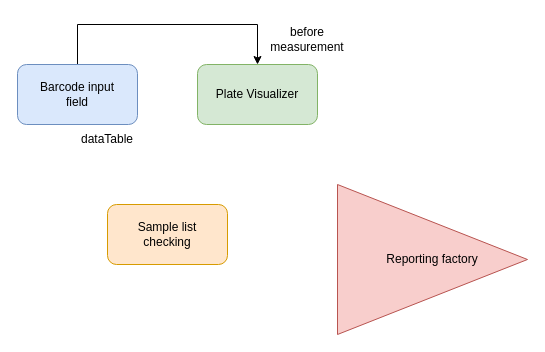
Before: spec-check-flow.drawio in spectral-cockpit/speccheck, a draw.io diagram. Source tidied: cells renumbered, new cells numbered last; positions are measured from the earlier drawing's top-left corner, leaving out a move shared by most shapes. Both pictures are drawn from the tidied source at 100%, with x=0, y=0 at pixel (17, 24).
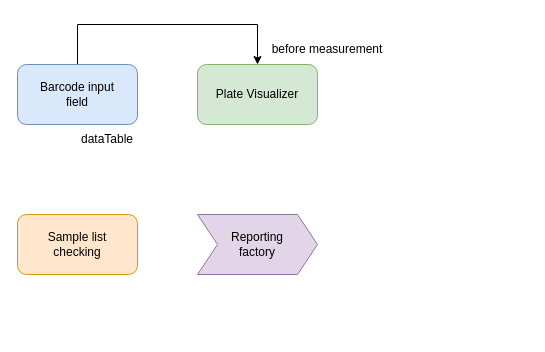
The same page after the edit.

Change to the diagram source:
```diff
@@
 <mxGraphModel>
   <root>
     <mxCell id="0" />
     <mxCell id="1" parent="0" />
     <mxCell id="2" style="edgeStyle=orthogonalEdgeStyle;rounded=0;jettySize=auto;html=1;exitX=0.5;exitY=0;exitDx=0;exitDy=0;entryX=0.5;entryY=0;entryDx=0;entryDy=0;" parent="1" edge="1" source="3" target="4">
       <mxGeometry relative="1" as="geometry">
         <Array as="points">
           <mxPoint x="60" />
           <mxPoint x="240" />
         </Array>
       </mxGeometry>
     </mxCell>
     <mxCell id="3" value="&lt;div&gt;Barcode input&lt;/div&gt;&lt;div&gt;field&lt;/div&gt;" style="rounded=1;whiteSpace=wrap;html=1;fillColor=#dae8fc;strokeColor=#6c8ebf;" parent="1" vertex="1">
       <mxGeometry y="40" width="120" height="60" as="geometry" />
     </mxCell>
     <mxCell id="4" value="&lt;div&gt;Plate Visualizer&lt;br&gt;&lt;/div&gt;" style="rounded=1;whiteSpace=wrap;html=1;fillColor=#d5e8d4;strokeColor=#82b366;" parent="1" vertex="1">
       <mxGeometry x="180" y="40" width="120" height="60" as="geometry" />
     </mxCell>
     <mxCell id="5" value="dataTable" style="text;html=1;strokeColor=none;fillColor=none;align=center;verticalAlign=middle;whiteSpace=wrap;rounded=0;" parent="1" vertex="1">
       <mxGeometry x="60" y="100" width="60" height="30" as="geometry" />
     </mxCell>
     <mxCell id="6" value="&lt;div&gt;Sample list&lt;/div&gt;&lt;div&gt;checking&lt;br&gt;&lt;/div&gt;" style="rounded=1;whiteSpace=wrap;html=1;fillColor=#ffe6cc;strokeColor=#d79b00;" parent="1" vertex="1">
-      <mxGeometry x="90" y="180" width="120" height="60" as="geometry" />
+      <mxGeometry y="190" width="120" height="60" as="geometry" />
     </mxCell>
+    <mxCell id="8" value="before measurement" style="text;html=1;strokeColor=none;fillColor=none;align=center;verticalAlign=middle;whiteSpace=wrap;rounded=0;" parent="1" vertex="1">
+      <mxGeometry x="240" y="10" width="140" height="30" as="geometry" />
+    </mxCell>
-    <mxCell id="7" value="&lt;div&gt;Reporting factory&lt;/div&gt;" style="triangle;whiteSpace=wrap;html=1;fillColor=#f8cecc;strokeColor=#b85450;" parent="1" vertex="1">
-      <mxGeometry x="320" y="160" width="190" height="150" as="geometry" />
+    <mxCell id="7" value="&lt;div&gt;Reporting&lt;/div&gt;&lt;div&gt;factory&lt;/div&gt;" style="shape=step;perimeter=stepPerimeter;whiteSpace=wrap;html=1;fixedSize=1;fillColor=#e1d5e7;strokeColor=#9673a6;" parent="1" vertex="1">
+      <mxGeometry x="180" y="190" width="120" height="60" as="geometry" />
     </mxCell>
-    <mxCell id="8" value="before measurement" style="text;html=1;strokeColor=none;fillColor=none;align=center;verticalAlign=middle;whiteSpace=wrap;rounded=0;" parent="1" vertex="1">
-      <mxGeometry x="260" width="60" height="30" as="geometry" />
-    </mxCell>
   </root>
 </mxGraphModel>
```
